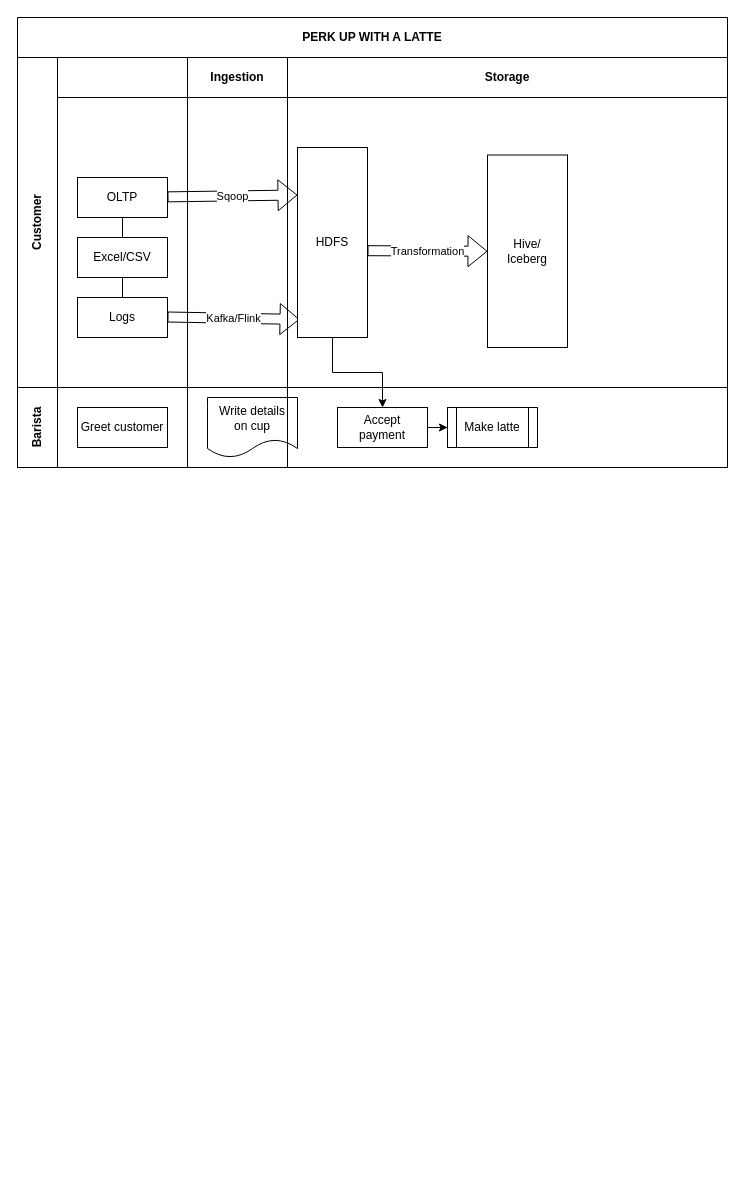
This is page "Page-1" (1 of 2) of Untitled Diagram.drawio from uyennt01/Project1, a draw.io file, before an edit. Source tidied: cells renumbered, new cells numbered last; positions are measured from the earlier drawing's top-left corner, leaving out a move shared by most shapes. Both pictures are drawn from the tidied source at 100%, with x=0, y=0 at pixel (17, 17).
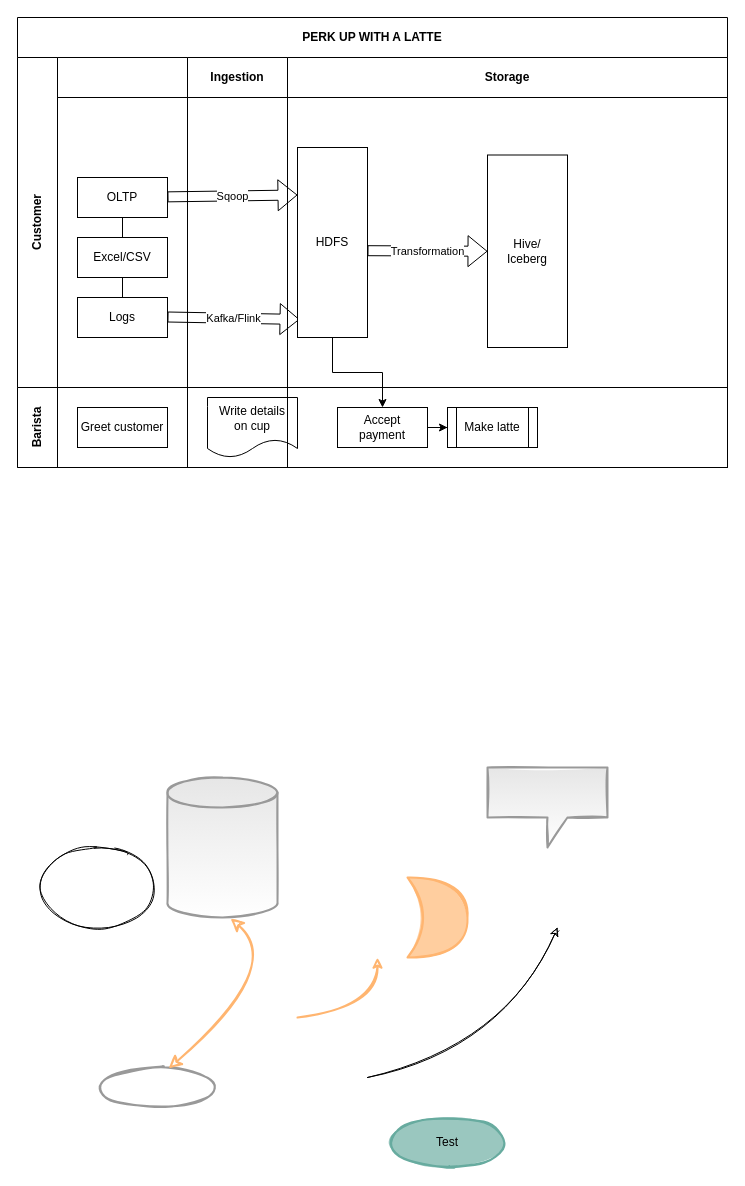
The same page after the edit.

Diff of the diagram source:
```diff
@@
+    <mxCell id="30" style="endArrow=classic;html=1;sketch=1;jumpSize=6;jumpStyle=none;curved=1;" parent="1" edge="1">
+      <mxGeometry relative="1" as="geometry">
+        <mxPoint x="350" y="1060" as="sourcePoint" />
+        <mxPoint x="540" y="910" as="targetPoint" />
+        <Array as="points">
+          <mxPoint x="490" y="1030" />
+        </Array>
+      </mxGeometry>
+    </mxCell>
+    <mxCell id="31" style="shape=xor;whiteSpace=wrap;html=1;sketch=1;strokeWidth=2;strokeColor=#FFB570;fillColor=#FFCE9F;fillStyle=solid;" parent="1" vertex="1">
+      <mxGeometry x="390" y="860" width="60" height="80" as="geometry" />
+    </mxCell>
+    <mxCell id="32" style="shape=cylinder3;whiteSpace=wrap;html=1;boundedLbl=1;backgroundOutline=1;size=15;sketch=1;strokeWidth=2;strokeColor=#999999;perimeterSpacing=0;shadow=0;fillColor=#E6E6E6;fillStyle=solid;gradientColor=#ffffff;gradientDirection=south;" parent="1" vertex="1">
+      <mxGeometry x="150" y="760" width="110" height="140" as="geometry" />
+    </mxCell>
+    <mxCell id="33" value="Test" style="ellipse;whiteSpace=wrap;html=1;sketch=1;strokeWidth=2;strokeColor=#67AB9F;fillColor=#9AC7BF;fillStyle=solid;flipH=1;flipV=1;" parent="1" vertex="1">
+      <mxGeometry x="370" y="1100" width="120" height="50" as="geometry" />
+    </mxCell>
+    <mxCell id="34" style="ellipse;whiteSpace=wrap;html=1;sketch=1;strokeWidth=2;strokeColor=#999999;" parent="1" vertex="1">
+      <mxGeometry x="80" y="1050" width="120" height="40" as="geometry" />
+    </mxCell>
+    <mxCell id="35" style="ellipse;whiteSpace=wrap;html=1;sketch=1;" parent="1" vertex="1">
+      <mxGeometry x="20" y="830" width="120" height="80" as="geometry" />
+    </mxCell>
+    <mxCell id="36" style="curved=1;endArrow=classic;html=1;sketch=1;jumpStyle=none;jumpSize=6;strokeColor=#FFB570;strokeWidth=2;" parent="1" edge="1">
+      <mxGeometry relative="1" as="geometry">
+        <mxPoint x="280" y="1000" as="sourcePoint" />
+        <mxPoint x="360" y="940" as="targetPoint" />
+        <Array as="points">
+          <mxPoint x="360" y="990" />
+        </Array>
+      </mxGeometry>
+    </mxCell>
+    <mxCell id="37" style="shape=callout;whiteSpace=wrap;html=1;perimeter=calloutPerimeter;shadow=0;sketch=1;fillStyle=solid;strokeColor=#999999;strokeWidth=2;fillColor=#E6E6E6;gradientColor=#ffffff;gradientDirection=south;rounded=0;" parent="1" vertex="1">
+      <mxGeometry x="470" y="750" width="120" height="80" as="geometry" />
+    </mxCell>
+    <mxCell id="38" style="endArrow=classic;startArrow=classic;html=1;sketch=1;strokeColor=#FFB570;strokeWidth=2;curved=1;jumpStyle=none;jumpSize=6;entryX=0.573;entryY=1.007;entryDx=0;entryDy=0;entryPerimeter=0;exitX=0.592;exitY=0.025;exitDx=0;exitDy=0;exitPerimeter=0;shadow=0;endSize=9;startSize=9;" parent="1" edge="1" source="34" target="32">
+      <mxGeometry relative="1" as="geometry">
+        <Array as="points">
+          <mxPoint x="270" y="950" />
+        </Array>
+      </mxGeometry>
+    </mxCell>
```
